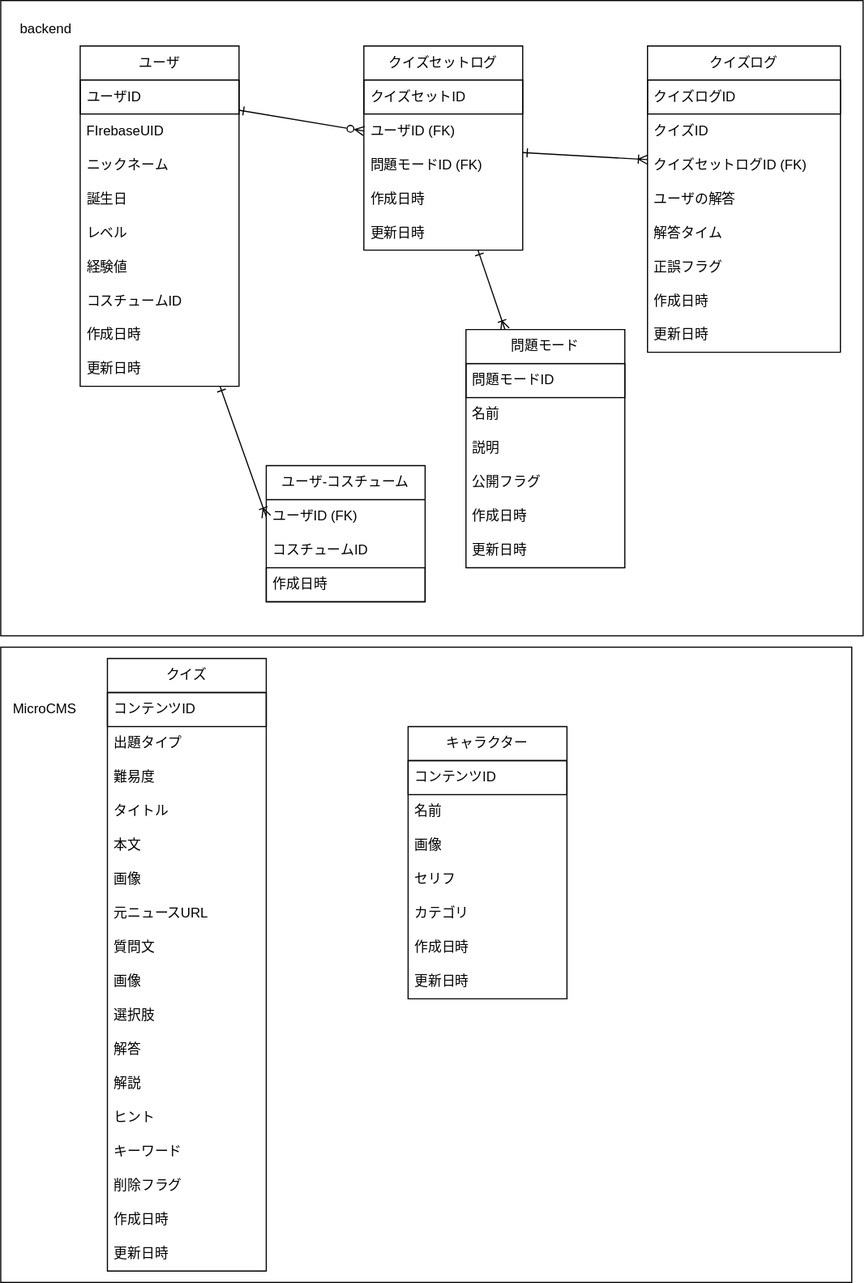
The draw.io diagram docs/db.drawio.svg in kouxi08/Hontokun-backend, before a commit. Source tidied: cells renumbered, new cells last; positions are measured from the earlier drawing's top-left corner, leaving out a move shared by most shapes.
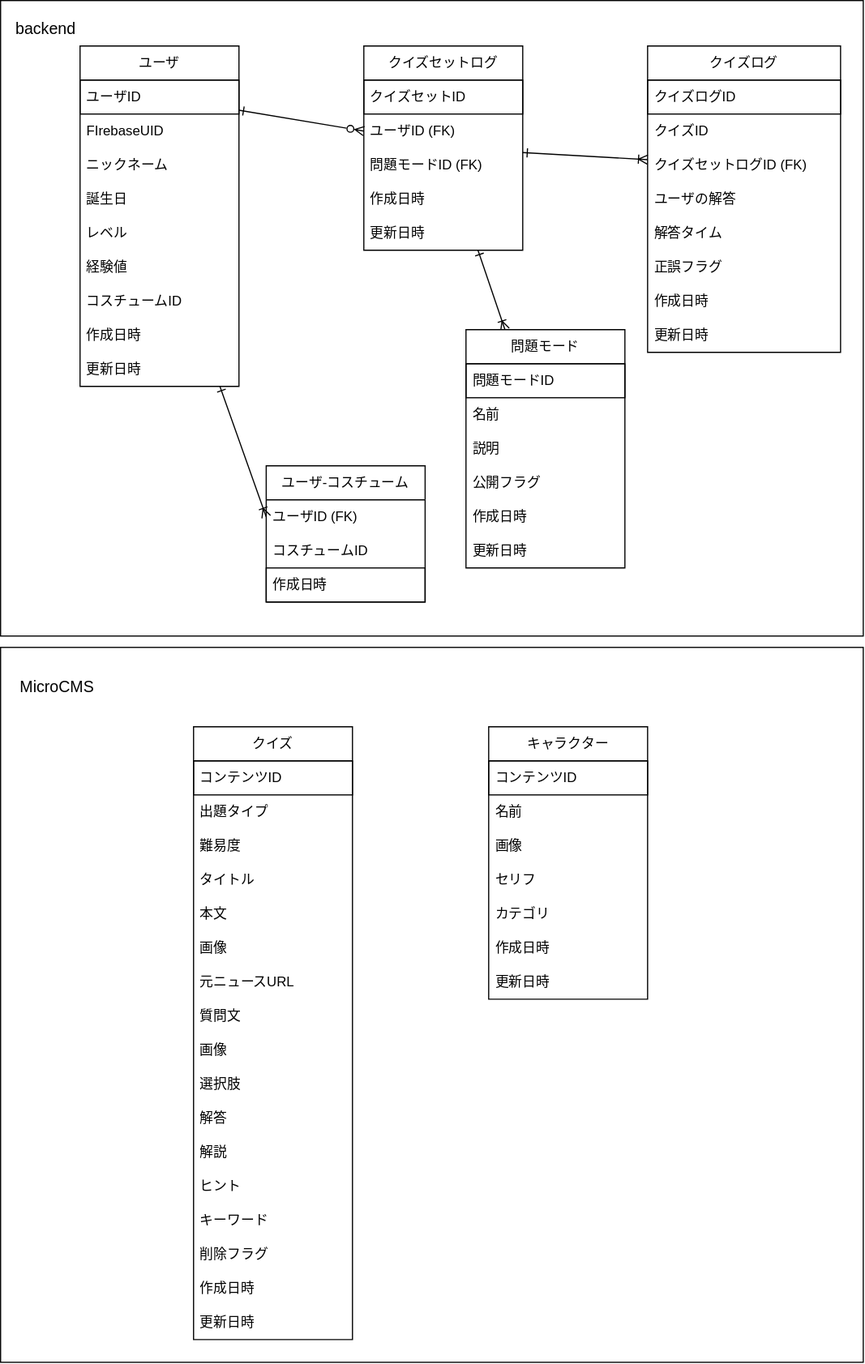
After the change.

Commit message:
[fix] refs 2 スタイルを修正

What changed in the source:
```diff
@@ -3,7 +3,7 @@
     <mxCell id="0" />
     <mxCell id="1" parent="0" />
     <mxCell id="2" style="rounded=0;whiteSpace=wrap;html=1;" parent="1" vertex="1">
-      <mxGeometry y="570" width="750" height="560" as="geometry" />
+      <mxGeometry y="570" width="760" height="630" as="geometry" />
     </mxCell>
     <mxCell id="3" style="rounded=0;whiteSpace=wrap;html=1;fontStyle=1;" parent="1" vertex="1">
       <mxGeometry width="760" height="560" as="geometry" />
@@ -107,7 +107,7 @@
       <mxGeometry y="90" width="140" height="30" as="geometry" />
     </mxCell>
     <mxCell id="36" value="クイズ" style="swimlane;fontStyle=0;horizontal=1;startSize=30;whiteSpace=wrap;html=1;" parent="1" vertex="1">
-      <mxGeometry x="94" y="580" width="140" height="540" as="geometry" />
+      <mxGeometry x="170" y="640" width="140" height="540" as="geometry" />
     </mxCell>
     <mxCell id="37" value="コンテンツID" style="text;strokeColor=default;fillColor=none;align=left;verticalAlign=middle;spacingLeft=4;spacingRight=4;overflow=hidden;whiteSpace=wrap;html=1;" parent="36" vertex="1">
       <mxGeometry y="30" width="140" height="30" as="geometry" />
@@ -161,7 +161,7 @@
       <mxGeometry y="510" width="140" height="30" as="geometry" />
     </mxCell>
     <mxCell id="54" value="キャラクター" style="swimlane;fontStyle=0;horizontal=1;startSize=30;whiteSpace=wrap;html=1;" parent="1" vertex="1">
-      <mxGeometry x="359" y="640" width="140" height="240" as="geometry" />
+      <mxGeometry x="430" y="640" width="140" height="240" as="geometry" />
     </mxCell>
     <mxCell id="55" value="コンテンツID" style="text;strokeColor=default;fillColor=none;align=left;verticalAlign=middle;spacingLeft=4;spacingRight=4;overflow=hidden;whiteSpace=wrap;html=1;" parent="54" vertex="1">
       <mxGeometry y="30" width="140" height="30" as="geometry" />
@@ -184,10 +184,10 @@
     <mxCell id="61" value="更新日時" style="text;strokeColor=none;fillColor=none;align=left;verticalAlign=middle;spacingLeft=4;spacingRight=4;overflow=hidden;whiteSpace=wrap;html=1;" parent="54" vertex="1">
       <mxGeometry y="210" width="140" height="30" as="geometry" />
     </mxCell>
-    <mxCell id="62" value="MicroCMS" style="text;html=1;strokeColor=none;fillColor=none;align=center;verticalAlign=middle;whiteSpace=wrap;rounded=0;" parent="1" vertex="1">
-      <mxGeometry x="9" y="610" width="60" height="30" as="geometry" />
+    <mxCell id="62" value="&lt;font style=&quot;font-size: 14px;&quot;&gt;MicroCMS&lt;/font&gt;" style="text;html=1;strokeColor=none;fillColor=none;align=center;verticalAlign=middle;whiteSpace=wrap;rounded=0;" parent="1" vertex="1">
+      <mxGeometry x="20" y="590" width="60" height="30" as="geometry" />
     </mxCell>
-    <mxCell id="63" value="backend" style="text;html=1;strokeColor=none;fillColor=none;align=center;verticalAlign=middle;whiteSpace=wrap;rounded=0;" parent="1" vertex="1">
+    <mxCell id="63" value="&lt;font style=&quot;font-size: 14px;&quot;&gt;backend&lt;/font&gt;" style="text;html=1;strokeColor=none;fillColor=none;align=center;verticalAlign=middle;whiteSpace=wrap;rounded=0;" parent="1" vertex="1">
       <mxGeometry x="10" y="10" width="60" height="30" as="geometry" />
     </mxCell>
     <mxCell id="64" style="edgeStyle=none;html=1;entryX=0;entryY=0.5;entryDx=0;entryDy=0;startArrow=ERone;startFill=0;endArrow=ERzeroToMany;endFill=0;" parent="1" edge="1" source="6" target="19">
```
